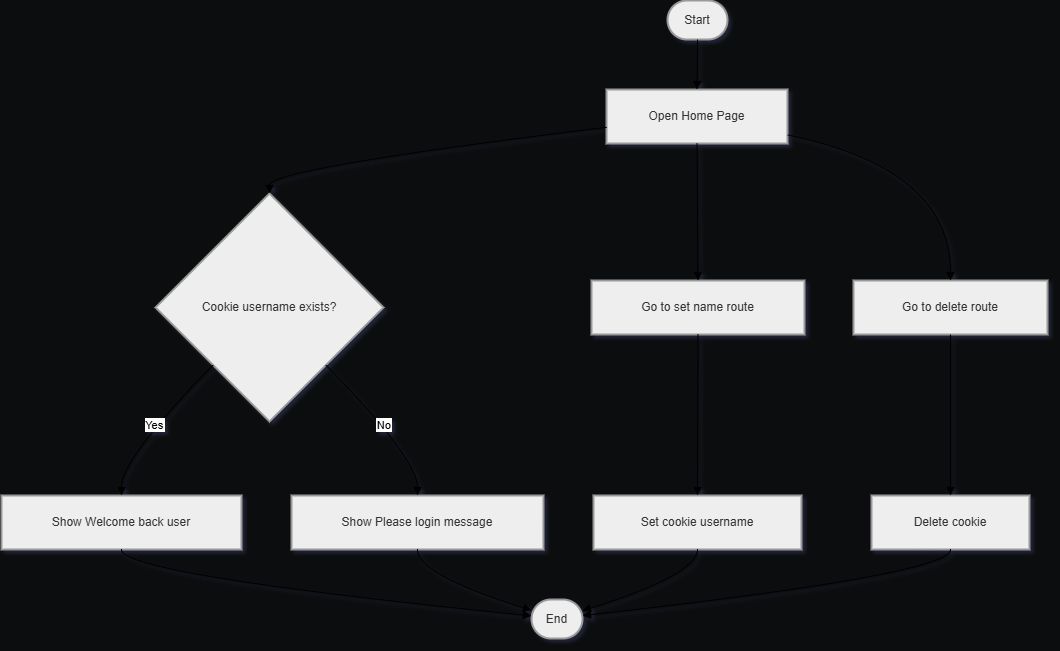
Earlier version of the draw.io export Cookies_activities/cookies.drawio.png (Sundhari-Hanish/Flask_Framework). Source tidied: cells renumbered, new cells last; positions are measured from the earlier drawing's top-left corner, leaving out a move shared by most shapes.
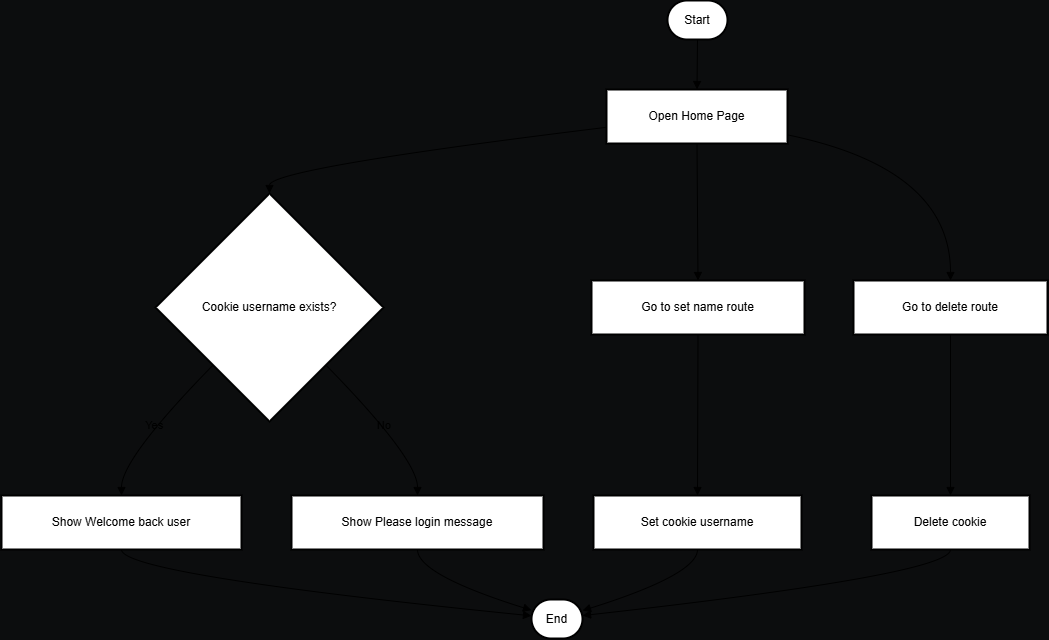
Above is the later version.

The edit, as a diff of the source:
```diff
@@ -1,99 +1,99 @@
-<mxGraphModel background="light-dark(#0C0D0E,#1A1A1A)" shadow="1">
+<mxGraphModel background="light-dark(#0C0D0E,#1A1A1A)">
   <root>
     <mxCell id="0" />
     <mxCell id="1" parent="0" />
-    <mxCell id="2" value="Start" style="rounded=1;whiteSpace=wrap;arcSize=50;strokeWidth=2;fillColor=light-dark(#eeeeee,#1f2020);strokeColor=light-dark(#999999,#cccccc);fontColor=light-dark(#333333,#cccccc);" parent="1" vertex="1">
+    <mxCell id="2" value="Start" style="rounded=1;whiteSpace=wrap;arcSize=50;strokeWidth=2;labelBackgroundColor=none;" parent="1" vertex="1">
       <mxGeometry x="666" width="60" height="39" as="geometry" />
     </mxCell>
-    <mxCell id="3" value="Open Home Page" style="whiteSpace=wrap;strokeWidth=2;fillColor=light-dark(#eeeeee,#1f2020);strokeColor=light-dark(#999999,#cccccc);fontColor=light-dark(#333333,#cccccc);" parent="1" vertex="1">
+    <mxCell id="3" value="Open Home Page" style="whiteSpace=wrap;strokeWidth=2;labelBackgroundColor=none;" parent="1" vertex="1">
       <mxGeometry x="605" y="89" width="181" height="54" as="geometry" />
     </mxCell>
-    <mxCell id="4" value="Cookie username exists?" style="rhombus;strokeWidth=2;whiteSpace=wrap;fillColor=light-dark(#eeeeee,#1f2020);strokeColor=light-dark(#999999,#cccccc);fontColor=light-dark(#333333,#cccccc);" parent="1" vertex="1">
+    <mxCell id="4" value="Cookie username exists?" style="rhombus;strokeWidth=2;whiteSpace=wrap;labelBackgroundColor=none;" parent="1" vertex="1">
       <mxGeometry x="154" y="193" width="228" height="228" as="geometry" />
     </mxCell>
-    <mxCell id="5" value="Show Welcome back user" style="whiteSpace=wrap;strokeWidth=2;fillColor=light-dark(#eeeeee,#1f2020);strokeColor=light-dark(#999999,#cccccc);fontColor=light-dark(#333333,#cccccc);" parent="1" vertex="1">
+    <mxCell id="5" value="Show Welcome back user" style="whiteSpace=wrap;strokeWidth=2;labelBackgroundColor=none;" parent="1" vertex="1">
       <mxGeometry y="495" width="240" height="54" as="geometry" />
     </mxCell>
-    <mxCell id="6" value="Show Please login message" style="whiteSpace=wrap;strokeWidth=2;fillColor=light-dark(#eeeeee,#1f2020);strokeColor=light-dark(#999999,#cccccc);fontColor=light-dark(#333333,#cccccc);" parent="1" vertex="1">
+    <mxCell id="6" value="Show Please login message" style="whiteSpace=wrap;strokeWidth=2;labelBackgroundColor=none;" parent="1" vertex="1">
       <mxGeometry x="290" y="495" width="252" height="54" as="geometry" />
     </mxCell>
-    <mxCell id="7" value="Go to set name route" style="whiteSpace=wrap;strokeWidth=2;fillColor=light-dark(#eeeeee,#1f2020);strokeColor=light-dark(#999999,#cccccc);fontColor=light-dark(#333333,#cccccc);" parent="1" vertex="1">
+    <mxCell id="7" value="Go to set name route" style="whiteSpace=wrap;strokeWidth=2;labelBackgroundColor=none;" parent="1" vertex="1">
       <mxGeometry x="590" y="280" width="213" height="54" as="geometry" />
     </mxCell>
-    <mxCell id="8" value="Set cookie username" style="whiteSpace=wrap;strokeWidth=2;fillColor=light-dark(#eeeeee,#1f2020);strokeColor=light-dark(#999999,#cccccc);fontColor=light-dark(#333333,#cccccc);" parent="1" vertex="1">
+    <mxCell id="8" value="Set cookie username" style="whiteSpace=wrap;strokeWidth=2;labelBackgroundColor=none;" parent="1" vertex="1">
       <mxGeometry x="592" y="495" width="208" height="54" as="geometry" />
     </mxCell>
-    <mxCell id="9" value="Go to delete route" style="whiteSpace=wrap;strokeWidth=2;fillColor=light-dark(#eeeeee,#1f2020);strokeColor=light-dark(#999999,#cccccc);fontColor=light-dark(#333333,#cccccc);" parent="1" vertex="1">
+    <mxCell id="9" value="Go to delete route" style="whiteSpace=wrap;strokeWidth=2;labelBackgroundColor=none;" parent="1" vertex="1">
       <mxGeometry x="852" y="280" width="194" height="54" as="geometry" />
     </mxCell>
-    <mxCell id="10" value="Delete cookie" style="whiteSpace=wrap;strokeWidth=2;fillColor=light-dark(#eeeeee,#1f2020);strokeColor=light-dark(#999999,#cccccc);fontColor=light-dark(#333333,#cccccc);" parent="1" vertex="1">
+    <mxCell id="10" value="Delete cookie" style="whiteSpace=wrap;strokeWidth=2;labelBackgroundColor=none;" parent="1" vertex="1">
       <mxGeometry x="870" y="495" width="158" height="54" as="geometry" />
     </mxCell>
-    <mxCell id="11" value="End" style="rounded=1;whiteSpace=wrap;arcSize=50;strokeWidth=2;fillColor=light-dark(#eeeeee,#1f2020);strokeColor=light-dark(#999999,#cccccc);fontColor=light-dark(#333333,#cccccc);" parent="1" vertex="1">
+    <mxCell id="11" value="End" style="rounded=1;whiteSpace=wrap;arcSize=50;strokeWidth=2;labelBackgroundColor=none;" parent="1" vertex="1">
       <mxGeometry x="530" y="599" width="51" height="39" as="geometry" />
     </mxCell>
-    <mxCell id="12" style="curved=1;startArrow=none;endArrow=block;exitX=0.5;exitY=1;entryX=0.5;entryY=0;rounded=0;" parent="1" edge="1" source="2" target="3">
+    <mxCell id="12" style="curved=1;startArrow=none;endArrow=block;exitX=0.5;exitY=1;entryX=0.5;entryY=0;rounded=0;labelBackgroundColor=none;fontColor=default;" parent="1" edge="1" source="2" target="3">
       <mxGeometry relative="1" as="geometry" />
     </mxCell>
-    <mxCell id="13" style="curved=1;startArrow=none;endArrow=block;exitX=0;exitY=0.7;entryX=0.5;entryY=0;rounded=0;" parent="1" edge="1" source="3" target="4">
+    <mxCell id="13" style="curved=1;startArrow=none;endArrow=block;exitX=0;exitY=0.7;entryX=0.5;entryY=0;rounded=0;labelBackgroundColor=none;fontColor=default;" parent="1" edge="1" source="3" target="4">
       <mxGeometry relative="1" as="geometry">
         <Array as="points">
           <mxPoint x="268" y="168" />
         </Array>
       </mxGeometry>
     </mxCell>
-    <mxCell id="14" value="Yes" style="curved=1;startArrow=none;endArrow=block;exitX=0.01;exitY=1;entryX=0.5;entryY=-0.01;rounded=0;" parent="1" edge="1" source="4" target="5">
+    <mxCell id="14" value="Yes" style="curved=1;startArrow=none;endArrow=block;exitX=0.01;exitY=1;entryX=0.5;entryY=-0.01;rounded=0;labelBackgroundColor=none;fontColor=default;" parent="1" edge="1" source="4" target="5">
       <mxGeometry relative="1" as="geometry">
         <Array as="points">
           <mxPoint x="120" y="458" />
         </Array>
       </mxGeometry>
     </mxCell>
-    <mxCell id="15" style="curved=1;startArrow=none;endArrow=block;exitX=0.5;exitY=0.99;entryX=0.01;entryY=0.42;rounded=0;" parent="1" edge="1" source="5" target="11">
+    <mxCell id="15" style="curved=1;startArrow=none;endArrow=block;exitX=0.5;exitY=0.99;entryX=0.01;entryY=0.42;rounded=0;labelBackgroundColor=none;fontColor=default;" parent="1" edge="1" source="5" target="11">
       <mxGeometry relative="1" as="geometry">
         <Array as="points">
           <mxPoint x="120" y="574" />
         </Array>
       </mxGeometry>
     </mxCell>
-    <mxCell id="16" value="No" style="curved=1;startArrow=none;endArrow=block;exitX=0.99;exitY=1;entryX=0.5;entryY=-0.01;rounded=0;" parent="1" edge="1" source="4" target="6">
+    <mxCell id="16" value="No" style="curved=1;startArrow=none;endArrow=block;exitX=0.99;exitY=1;entryX=0.5;entryY=-0.01;rounded=0;labelBackgroundColor=none;fontColor=default;" parent="1" edge="1" source="4" target="6">
       <mxGeometry relative="1" as="geometry">
         <Array as="points">
           <mxPoint x="416" y="458" />
         </Array>
       </mxGeometry>
     </mxCell>
-    <mxCell id="17" style="curved=1;startArrow=none;endArrow=block;exitX=0.5;exitY=0.99;entryX=0.01;entryY=0.28;rounded=0;" parent="1" edge="1" source="6" target="11">
+    <mxCell id="17" style="curved=1;startArrow=none;endArrow=block;exitX=0.5;exitY=0.99;entryX=0.01;entryY=0.28;rounded=0;labelBackgroundColor=none;fontColor=default;" parent="1" edge="1" source="6" target="11">
       <mxGeometry relative="1" as="geometry">
         <Array as="points">
           <mxPoint x="416" y="574" />
         </Array>
       </mxGeometry>
     </mxCell>
-    <mxCell id="18" style="curved=1;startArrow=none;endArrow=block;exitX=0.5;exitY=1;entryX=0.5;entryY=0;rounded=0;" parent="1" edge="1" source="3" target="7">
+    <mxCell id="18" style="curved=1;startArrow=none;endArrow=block;exitX=0.5;exitY=1;entryX=0.5;entryY=0;rounded=0;labelBackgroundColor=none;fontColor=default;" parent="1" edge="1" source="3" target="7">
       <mxGeometry relative="1" as="geometry" />
     </mxCell>
-    <mxCell id="19" style="curved=1;startArrow=none;endArrow=block;exitX=0.5;exitY=1;entryX=0.5;entryY=-0.01;rounded=0;" parent="1" edge="1" source="7" target="8">
+    <mxCell id="19" style="curved=1;startArrow=none;endArrow=block;exitX=0.5;exitY=1;entryX=0.5;entryY=-0.01;rounded=0;labelBackgroundColor=none;fontColor=default;" parent="1" edge="1" source="7" target="8">
       <mxGeometry relative="1" as="geometry" />
     </mxCell>
-    <mxCell id="20" style="curved=1;startArrow=none;endArrow=block;exitX=0.5;exitY=0.99;entryX=1.01;entryY=0.28;rounded=0;" parent="1" edge="1" source="8" target="11">
+    <mxCell id="20" style="curved=1;startArrow=none;endArrow=block;exitX=0.5;exitY=0.99;entryX=1.01;entryY=0.28;rounded=0;labelBackgroundColor=none;fontColor=default;" parent="1" edge="1" source="8" target="11">
       <mxGeometry relative="1" as="geometry">
         <Array as="points">
           <mxPoint x="696" y="574" />
         </Array>
       </mxGeometry>
     </mxCell>
-    <mxCell id="21" style="curved=1;startArrow=none;endArrow=block;exitX=1;exitY=0.84;entryX=0.5;entryY=0;rounded=0;" parent="1" edge="1" source="3" target="9">
+    <mxCell id="21" style="curved=1;startArrow=none;endArrow=block;exitX=1;exitY=0.84;entryX=0.5;entryY=0;rounded=0;labelBackgroundColor=none;fontColor=default;" parent="1" edge="1" source="3" target="9">
       <mxGeometry relative="1" as="geometry">
         <Array as="points">
           <mxPoint x="949" y="168" />
         </Array>
       </mxGeometry>
     </mxCell>
-    <mxCell id="22" style="curved=1;startArrow=none;endArrow=block;exitX=0.5;exitY=1;entryX=0.5;entryY=-0.01;rounded=0;" parent="1" edge="1" source="9" target="10">
+    <mxCell id="22" style="curved=1;startArrow=none;endArrow=block;exitX=0.5;exitY=1;entryX=0.5;entryY=-0.01;rounded=0;labelBackgroundColor=none;fontColor=default;" parent="1" edge="1" source="9" target="10">
       <mxGeometry relative="1" as="geometry" />
     </mxCell>
-    <mxCell id="23" style="curved=1;startArrow=none;endArrow=block;exitX=0.5;exitY=0.99;entryX=1.01;entryY=0.41;rounded=0;" parent="1" edge="1" source="10" target="11">
+    <mxCell id="23" style="curved=1;startArrow=none;endArrow=block;exitX=0.5;exitY=0.99;entryX=1.01;entryY=0.41;rounded=0;labelBackgroundColor=none;fontColor=default;" parent="1" edge="1" source="10" target="11">
       <mxGeometry relative="1" as="geometry">
         <Array as="points">
           <mxPoint x="949" y="574" />
```
